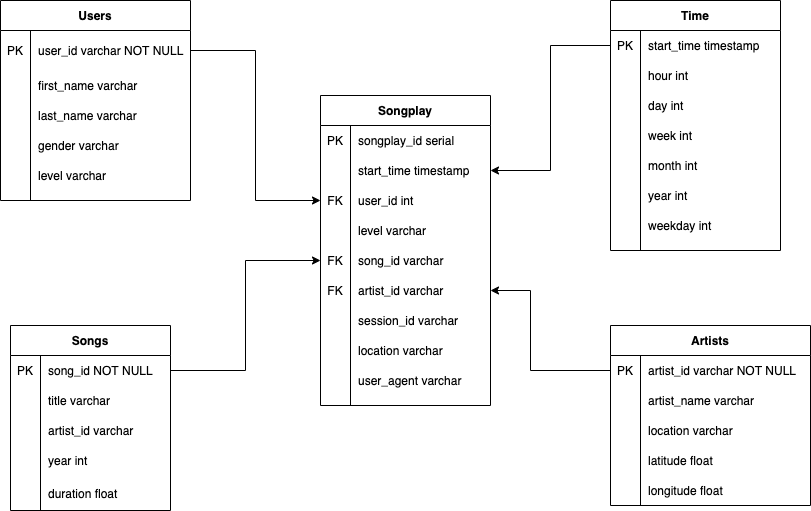
This is Star_schema.png from vegapunk-hiroshi/project3_datawarehouse, a draw.io export, as it was before one commit. Source tidied: cells renumbered, new cells last; positions are measured from the earlier drawing's top-left corner, leaving out a move shared by most shapes.
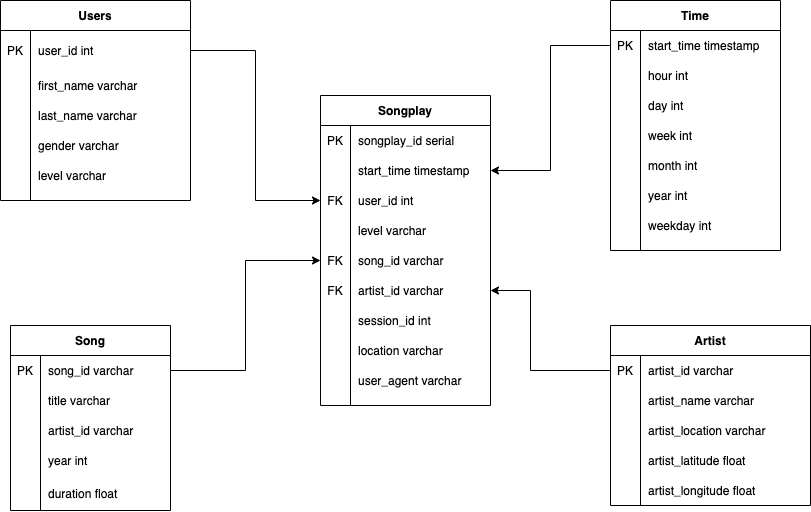
Above is the later version.

Diff of the diagram source:
```diff
@@ -68,7 +68,7 @@
     <mxCell id="23" style="shape=partialRectangle;overflow=hidden;fillColor=none;top=0;left=0;bottom=0;right=0;" parent="22" vertex="1">
       <mxGeometry width="30" height="30" as="geometry" />
     </mxCell>
-    <mxCell id="24" value="session_id varchar" style="shape=partialRectangle;overflow=hidden;fillColor=none;top=0;left=0;bottom=0;right=0;align=left;spacingLeft=6;" parent="22" vertex="1">
+    <mxCell id="24" value="session_id int" style="shape=partialRectangle;overflow=hidden;fillColor=none;top=0;left=0;bottom=0;right=0;align=left;spacingLeft=6;" parent="22" vertex="1">
       <mxGeometry x="30" width="140" height="30" as="geometry" />
     </mxCell>
     <mxCell id="25" style="shape=partialRectangle;fillColor=none;top=0;left=0;right=0;bottom=0;" parent="3" vertex="1">
@@ -169,7 +169,7 @@
     <mxCell id="55" value="weekday int" style="shape=partialRectangle;overflow=hidden;fillColor=none;top=0;left=0;bottom=0;right=0;align=left;spacingLeft=6;" parent="53" vertex="1">
       <mxGeometry x="30" width="140" height="30" as="geometry" />
     </mxCell>
-    <mxCell id="56" value="Artists" style="shape=table;startSize=30;rowLines=0;fontStyle=1;align=center;" parent="1" vertex="1">
+    <mxCell id="56" value="Artist" style="shape=table;startSize=30;rowLines=0;fontStyle=1;align=center;" parent="1" vertex="1">
       <mxGeometry x="610" y="325" width="200" height="180" as="geometry" />
     </mxCell>
     <mxCell id="57" style="shape=partialRectangle;fillColor=none;points=[[0,0.5],[1,0.5]];portConstraint=eastwest;top=0;left=0;right=0;bottom=0;" parent="56" vertex="1">
@@ -178,7 +178,7 @@
     <mxCell id="58" value="PK" style="shape=partialRectangle;overflow=hidden;fillColor=none;top=0;left=0;bottom=0;right=0;" parent="57" vertex="1">
       <mxGeometry width="30" height="30" as="geometry" />
     </mxCell>
-    <mxCell id="59" value="artist_id varchar NOT NULL" style="shape=partialRectangle;overflow=hidden;fillColor=none;top=0;left=0;bottom=0;right=0;align=left;spacingLeft=6;" parent="57" vertex="1">
+    <mxCell id="59" value="artist_id varchar" style="shape=partialRectangle;overflow=hidden;fillColor=none;top=0;left=0;bottom=0;right=0;align=left;spacingLeft=6;" parent="57" vertex="1">
       <mxGeometry x="30" width="170" height="30" as="geometry" />
     </mxCell>
     <mxCell id="60" style="shape=partialRectangle;fillColor=none;top=0;left=0;right=0;bottom=0;" parent="56" vertex="1">
@@ -196,7 +196,7 @@
     <mxCell id="64" style="shape=partialRectangle;overflow=hidden;fillColor=none;top=0;left=0;bottom=0;right=0;" parent="63" vertex="1">
       <mxGeometry width="30" height="30" as="geometry" />
     </mxCell>
-    <mxCell id="65" value="location varchar" style="shape=partialRectangle;overflow=hidden;fillColor=none;top=0;left=0;bottom=0;right=0;align=left;spacingLeft=6;" parent="63" vertex="1">
+    <mxCell id="65" value="artist_location varchar" style="shape=partialRectangle;overflow=hidden;fillColor=none;top=0;left=0;bottom=0;right=0;align=left;spacingLeft=6;" parent="63" vertex="1">
       <mxGeometry x="30" width="170" height="30" as="geometry" />
     </mxCell>
     <mxCell id="66" style="shape=partialRectangle;fillColor=none;top=0;left=0;right=0;bottom=0;" parent="56" vertex="1">
@@ -205,7 +205,7 @@
     <mxCell id="67" style="shape=partialRectangle;overflow=hidden;fillColor=none;top=0;left=0;bottom=0;right=0;" parent="66" vertex="1">
       <mxGeometry width="30" height="30" as="geometry" />
     </mxCell>
-    <mxCell id="68" value="latitude float" style="shape=partialRectangle;overflow=hidden;fillColor=none;top=0;left=0;bottom=0;right=0;align=left;spacingLeft=6;" parent="66" vertex="1">
+    <mxCell id="68" value="artist_latitude float" style="shape=partialRectangle;overflow=hidden;fillColor=none;top=0;left=0;bottom=0;right=0;align=left;spacingLeft=6;" parent="66" vertex="1">
       <mxGeometry x="30" width="170" height="30" as="geometry" />
     </mxCell>
     <mxCell id="69" style="shape=partialRectangle;fillColor=none;top=0;left=0;right=0;bottom=0;" parent="56" vertex="1">
@@ -214,7 +214,7 @@
     <mxCell id="70" style="shape=partialRectangle;overflow=hidden;fillColor=none;top=0;left=0;bottom=0;right=0;" parent="69" vertex="1">
       <mxGeometry width="30" height="30" as="geometry" />
     </mxCell>
-    <mxCell id="71" value="longitude float" style="shape=partialRectangle;overflow=hidden;fillColor=none;top=0;left=0;bottom=0;right=0;align=left;spacingLeft=6;" parent="69" vertex="1">
+    <mxCell id="71" value="artist_longitude float" style="shape=partialRectangle;overflow=hidden;fillColor=none;top=0;left=0;bottom=0;right=0;align=left;spacingLeft=6;" parent="69" vertex="1">
       <mxGeometry x="30" width="170" height="30" as="geometry" />
     </mxCell>
     <mxCell id="72" value="Users" style="shape=table;startSize=30;rowLines=0;fontStyle=1;align=center;" parent="1" vertex="1">
@@ -226,7 +226,7 @@
     <mxCell id="74" value="PK" style="shape=partialRectangle;overflow=hidden;fillColor=none;top=0;left=0;bottom=0;right=0;" parent="73" vertex="1">
       <mxGeometry width="30" height="40" as="geometry" />
     </mxCell>
-    <mxCell id="75" value="user_id varchar NOT NULL" style="shape=partialRectangle;overflow=hidden;fillColor=none;top=0;left=0;bottom=0;right=0;align=left;spacingLeft=6;" parent="73" vertex="1">
+    <mxCell id="75" value="user_id int" style="shape=partialRectangle;overflow=hidden;fillColor=none;top=0;left=0;bottom=0;right=0;align=left;spacingLeft=6;" parent="73" vertex="1">
       <mxGeometry x="30" width="160" height="40" as="geometry" />
     </mxCell>
     <mxCell id="76" style="shape=partialRectangle;fillColor=none;top=0;left=0;right=0;bottom=0;" parent="72" vertex="1">
@@ -265,7 +265,7 @@
     <mxCell id="87" value="level varchar" style="shape=partialRectangle;overflow=hidden;fillColor=none;top=0;left=0;bottom=0;right=0;align=left;spacingLeft=6;" parent="85" vertex="1">
       <mxGeometry x="30" width="160" height="30" as="geometry" />
     </mxCell>
-    <mxCell id="88" value="Songs" style="shape=table;startSize=30;rowLines=0;fontStyle=1;align=center;" parent="1" vertex="1">
+    <mxCell id="88" value="Song" style="shape=table;startSize=30;rowLines=0;fontStyle=1;align=center;" parent="1" vertex="1">
       <mxGeometry x="10" y="325" width="160" height="185" as="geometry" />
     </mxCell>
     <mxCell id="89" style="shape=partialRectangle;fillColor=none;points=[[0,0.5],[1,0.5]];portConstraint=eastwest;top=0;left=0;right=0;bottom=0;" parent="88" vertex="1">
@@ -274,7 +274,7 @@
     <mxCell id="90" value="PK" style="shape=partialRectangle;overflow=hidden;fillColor=none;top=0;left=0;bottom=0;right=0;" parent="89" vertex="1">
       <mxGeometry width="30" height="30" as="geometry" />
     </mxCell>
-    <mxCell id="91" value="song_id NOT NULL" style="shape=partialRectangle;overflow=hidden;fillColor=none;top=0;left=0;bottom=0;right=0;align=left;spacingLeft=6;" parent="89" vertex="1">
+    <mxCell id="91" value="song_id varchar" style="shape=partialRectangle;overflow=hidden;fillColor=none;top=0;left=0;bottom=0;right=0;align=left;spacingLeft=6;" parent="89" vertex="1">
       <mxGeometry x="30" width="130" height="30" as="geometry" />
     </mxCell>
     <mxCell id="92" style="shape=partialRectangle;fillColor=none;top=0;left=0;right=0;bottom=0;" parent="88" vertex="1">
```
